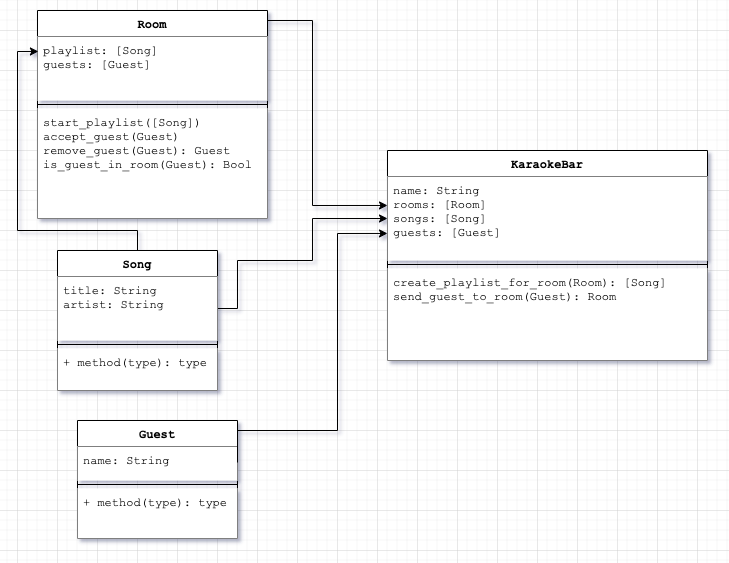
Before: UML_diagram.png, a diagram exported from draw.io (JnnyRdng/Karaoke_bar_hw_wk2). Source tidied: cells renumbered, new cells last; positions are measured from the earlier drawing's top-left corner, leaving out a move shared by most shapes. Its diagram source:
```xml
<mxGraphModel>
  <root>
    <mxCell id="0" />
    <mxCell id="1" parent="0" />
    <mxCell id="2" value="Guest" style="swimlane;fontStyle=1;align=center;verticalAlign=top;horizontal=1;startSize=26;fontFamily=Courier New;" parent="1" vertex="1">
      <mxGeometry x="60" y="410" width="160" height="118" as="geometry" />
    </mxCell>
    <mxCell id="3" value="name: String" style="text;strokeColor=none;align=left;verticalAlign=top;spacingLeft=4;spacingRight=4;overflow=hidden;fontFamily=Courier New;fillColor=#ffffff;" parent="2" vertex="1">
      <mxGeometry y="26" width="160" height="34" as="geometry" />
    </mxCell>
    <mxCell id="4" style="line;strokeWidth=1;fillColor=none;align=left;verticalAlign=middle;spacingTop=-1;spacingLeft=3;spacingRight=3;labelPosition=right;" parent="2" vertex="1">
      <mxGeometry y="60" width="160" height="8" as="geometry" />
    </mxCell>
    <mxCell id="5" value="+ method(type): type" style="text;strokeColor=none;align=left;verticalAlign=top;spacingLeft=4;spacingRight=4;overflow=hidden;fontFamily=Courier New;fillColor=#ffffff;" parent="2" vertex="1">
      <mxGeometry y="68" width="160" height="50" as="geometry" />
    </mxCell>
    <mxCell id="6" value="KaraokeBar" style="swimlane;fontStyle=1;align=center;verticalAlign=top;horizontal=1;startSize=26;fontFamily=Courier New;" parent="1" vertex="1">
      <mxGeometry x="370" y="140" width="320" height="210" as="geometry" />
    </mxCell>
    <mxCell id="7" value="name: String&#10;rooms: [Room]&#10;songs: [Song]&#10;guests: [Guest]" style="text;strokeColor=none;align=left;verticalAlign=top;spacingLeft=4;spacingRight=4;overflow=hidden;points=[[0,0.5],[1,0.5]];portConstraint=eastwest;fontFamily=Courier New;fillColor=#ffffff;" parent="6" vertex="1">
      <mxGeometry y="26" width="320" height="84" as="geometry" />
    </mxCell>
    <mxCell id="8" style="line;strokeWidth=1;fillColor=none;align=left;verticalAlign=middle;spacingTop=-1;spacingLeft=3;spacingRight=3;labelPosition=right;" parent="6" vertex="1">
      <mxGeometry y="110" width="320" height="8" as="geometry" />
    </mxCell>
    <mxCell id="9" value="create_playlist_for_room(Room): [Song]&#10;send_guest_to_room(Guest): Room" style="text;strokeColor=none;align=left;verticalAlign=top;spacingLeft=4;spacingRight=4;overflow=hidden;fontFamily=Courier New;fillColor=#ffffff;" parent="6" vertex="1">
      <mxGeometry y="118" width="320" height="92" as="geometry" />
    </mxCell>
    <mxCell id="10" style="edgeStyle=orthogonalEdgeStyle;rounded=0;jettySize=auto;html=1;entryX=0;entryY=0.345;entryDx=0;entryDy=0;entryPerimeter=0;" parent="1" edge="1" target="7">
      <mxGeometry relative="1" as="geometry">
        <mxPoint x="250" y="10" as="sourcePoint" />
        <Array as="points">
          <mxPoint x="250" y="10" />
          <mxPoint x="295" y="10" />
          <mxPoint x="295" y="195" />
        </Array>
      </mxGeometry>
    </mxCell>
    <mxCell id="11" style="edgeStyle=orthogonalEdgeStyle;rounded=0;jettySize=auto;html=1;" parent="1" edge="1" source="19" target="7">
      <mxGeometry relative="1" as="geometry">
        <Array as="points">
          <mxPoint x="220" y="250" />
          <mxPoint x="295" y="250" />
          <mxPoint x="295" y="208" />
        </Array>
      </mxGeometry>
    </mxCell>
    <mxCell id="12" style="edgeStyle=orthogonalEdgeStyle;rounded=0;orthogonalLoop=1;jettySize=auto;html=1;entryX=0;entryY=0.69;entryDx=0;entryDy=0;entryPerimeter=0;" parent="1" edge="1">
      <mxGeometry relative="1" as="geometry">
        <mxPoint x="220" y="452" as="sourcePoint" />
        <mxPoint x="370" y="223" as="targetPoint" />
        <Array as="points">
          <mxPoint x="220" y="420" />
          <mxPoint x="320" y="420" />
          <mxPoint x="320" y="223" />
        </Array>
      </mxGeometry>
    </mxCell>
    <mxCell id="13" value="Room" style="swimlane;fontStyle=1;align=center;verticalAlign=top;horizontal=1;startSize=26;fontFamily=Courier New;" parent="1" vertex="1">
      <mxGeometry x="20" width="230" height="208" as="geometry" />
    </mxCell>
    <mxCell id="14" value="playlist: [Song]&#10;guests: [Guest]" style="text;strokeColor=none;align=left;verticalAlign=top;spacingLeft=4;spacingRight=4;overflow=hidden;points=[[0,0.5],[1,0.5]];portConstraint=eastwest;fontFamily=Courier New;fillColor=#ffffff;" parent="13" vertex="1">
      <mxGeometry y="26" width="230" height="64" as="geometry" />
    </mxCell>
    <mxCell id="15" style="line;strokeWidth=1;fillColor=none;align=left;verticalAlign=middle;spacingTop=-1;spacingLeft=3;spacingRight=3;labelPosition=right;" parent="13" vertex="1">
      <mxGeometry y="90" width="230" height="8" as="geometry" />
    </mxCell>
    <mxCell id="16" value="start_playlist([Song])&#10;accept_guest(Guest)&#10;remove_guest(Guest): Guest&#10;is_guest_in_room(Guest): Bool" style="text;strokeColor=none;align=left;verticalAlign=top;spacingLeft=4;spacingRight=4;overflow=hidden;fontFamily=Courier New;fillColor=#ffffff;" parent="13" vertex="1">
      <mxGeometry y="98" width="230" height="110" as="geometry" />
    </mxCell>
    <mxCell id="17" style="edgeStyle=orthogonalEdgeStyle;rounded=0;jettySize=auto;html=1;entryX=0.004;entryY=0.234;entryDx=0;entryDy=0;entryPerimeter=0;" parent="1" edge="1" source="18" target="14">
      <mxGeometry relative="1" as="geometry">
        <Array as="points">
          <mxPoint x="120" y="220" />
          <mxPoint y="220" />
          <mxPoint y="41" />
        </Array>
      </mxGeometry>
    </mxCell>
    <mxCell id="18" value="Song" style="swimlane;fontStyle=1;align=center;verticalAlign=top;horizontal=1;startSize=26;fontFamily=Courier New;" parent="1" vertex="1">
      <mxGeometry x="40" y="240" width="160" height="140" as="geometry" />
    </mxCell>
    <mxCell id="19" value="title: String&#10;artist: String" style="text;strokeColor=none;align=left;verticalAlign=top;spacingLeft=4;spacingRight=4;overflow=hidden;points=[[0,0.5],[1,0.5]];portConstraint=eastwest;fontFamily=Courier New;fillColor=#ffffff;" parent="18" vertex="1">
      <mxGeometry y="26" width="160" height="64" as="geometry" />
    </mxCell>
    <mxCell id="20" style="line;strokeWidth=1;fillColor=none;align=left;verticalAlign=middle;spacingTop=-1;spacingLeft=3;spacingRight=3;labelPosition=right;" parent="18" vertex="1">
      <mxGeometry y="90" width="160" height="8" as="geometry" />
    </mxCell>
    <mxCell id="21" value="+ method(type): type" style="text;strokeColor=none;align=left;verticalAlign=top;spacingLeft=4;spacingRight=4;overflow=hidden;fontFamily=Courier New;fillColor=#ffffff;" parent="18" vertex="1">
      <mxGeometry y="98" width="160" height="42" as="geometry" />
    </mxCell>
  </root>
</mxGraphModel>
```
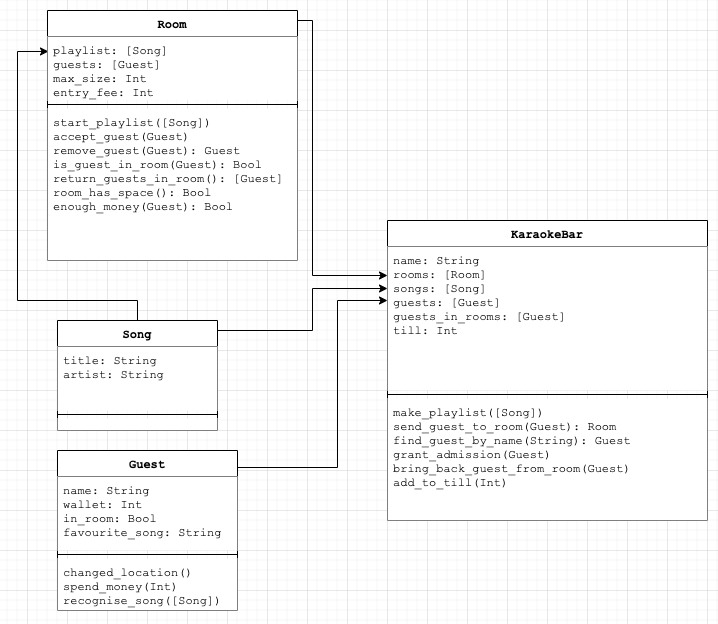
Later version of the same file.

Commit message:
uml updated with extra properties and methods added

What changed in the source:
```diff
@@ -2,83 +2,59 @@
   <root>
     <mxCell id="0" />
     <mxCell id="1" parent="0" />
-    <mxCell id="2" value="Guest" style="swimlane;fontStyle=1;align=center;verticalAlign=top;horizontal=1;startSize=26;fontFamily=Courier New;" parent="1" vertex="1">
-      <mxGeometry x="60" y="410" width="160" height="118" as="geometry" />
-    </mxCell>
-    <mxCell id="3" value="name: String" style="text;strokeColor=none;align=left;verticalAlign=top;spacingLeft=4;spacingRight=4;overflow=hidden;fontFamily=Courier New;fillColor=#ffffff;" parent="2" vertex="1">
-      <mxGeometry y="26" width="160" height="34" as="geometry" />
-    </mxCell>
-    <mxCell id="4" style="line;strokeWidth=1;fillColor=none;align=left;verticalAlign=middle;spacingTop=-1;spacingLeft=3;spacingRight=3;labelPosition=right;" parent="2" vertex="1">
-      <mxGeometry y="60" width="160" height="8" as="geometry" />
-    </mxCell>
-    <mxCell id="5" value="+ method(type): type" style="text;strokeColor=none;align=left;verticalAlign=top;spacingLeft=4;spacingRight=4;overflow=hidden;fontFamily=Courier New;fillColor=#ffffff;" parent="2" vertex="1">
-      <mxGeometry y="68" width="160" height="50" as="geometry" />
-    </mxCell>
     <mxCell id="6" value="KaraokeBar" style="swimlane;fontStyle=1;align=center;verticalAlign=top;horizontal=1;startSize=26;fontFamily=Courier New;" parent="1" vertex="1">
-      <mxGeometry x="370" y="140" width="320" height="210" as="geometry" />
+      <mxGeometry x="400" y="490" width="320" height="300" as="geometry" />
     </mxCell>
-    <mxCell id="7" value="name: String&#10;rooms: [Room]&#10;songs: [Song]&#10;guests: [Guest]" style="text;strokeColor=none;align=left;verticalAlign=top;spacingLeft=4;spacingRight=4;overflow=hidden;points=[[0,0.5],[1,0.5]];portConstraint=eastwest;fontFamily=Courier New;fillColor=#ffffff;" parent="6" vertex="1">
-      <mxGeometry y="26" width="320" height="84" as="geometry" />
-    </mxCell>
-    <mxCell id="8" style="line;strokeWidth=1;fillColor=none;align=left;verticalAlign=middle;spacingTop=-1;spacingLeft=3;spacingRight=3;labelPosition=right;" parent="6" vertex="1">
-      <mxGeometry y="110" width="320" height="8" as="geometry" />
-    </mxCell>
-    <mxCell id="9" value="create_playlist_for_room(Room): [Song]&#10;send_guest_to_room(Guest): Room" style="text;strokeColor=none;align=left;verticalAlign=top;spacingLeft=4;spacingRight=4;overflow=hidden;fontFamily=Courier New;fillColor=#ffffff;" parent="6" vertex="1">
-      <mxGeometry y="118" width="320" height="92" as="geometry" />
-    </mxCell>
-    <mxCell id="10" style="edgeStyle=orthogonalEdgeStyle;rounded=0;jettySize=auto;html=1;entryX=0;entryY=0.345;entryDx=0;entryDy=0;entryPerimeter=0;" parent="1" edge="1" target="7">
-      <mxGeometry relative="1" as="geometry">
-        <mxPoint x="250" y="10" as="sourcePoint" />
-        <Array as="points">
-          <mxPoint x="250" y="10" />
-          <mxPoint x="295" y="10" />
-          <mxPoint x="295" y="195" />
-        </Array>
-      </mxGeometry>
-    </mxCell>
-    <mxCell id="11" style="edgeStyle=orthogonalEdgeStyle;rounded=0;jettySize=auto;html=1;" parent="1" edge="1" source="19" target="7">
-      <mxGeometry relative="1" as="geometry">
-        <Array as="points">
-          <mxPoint x="220" y="250" />
-          <mxPoint x="295" y="250" />
-          <mxPoint x="295" y="208" />
-        </Array>
-      </mxGeometry>
-    </mxCell>
-    <mxCell id="12" style="edgeStyle=orthogonalEdgeStyle;rounded=0;orthogonalLoop=1;jettySize=auto;html=1;entryX=0;entryY=0.69;entryDx=0;entryDy=0;entryPerimeter=0;" parent="1" edge="1">
-      <mxGeometry relative="1" as="geometry">
-        <mxPoint x="220" y="452" as="sourcePoint" />
-        <mxPoint x="370" y="223" as="targetPoint" />
-        <Array as="points">
-          <mxPoint x="220" y="420" />
-          <mxPoint x="320" y="420" />
-          <mxPoint x="320" y="223" />
-        </Array>
-      </mxGeometry>
-    </mxCell>
-    <mxCell id="13" value="Room" style="swimlane;fontStyle=1;align=center;verticalAlign=top;horizontal=1;startSize=26;fontFamily=Courier New;" parent="1" vertex="1">
-      <mxGeometry x="20" width="230" height="208" as="geometry" />
-    </mxCell>
-    <mxCell id="14" value="playlist: [Song]&#10;guests: [Guest]" style="text;strokeColor=none;align=left;verticalAlign=top;spacingLeft=4;spacingRight=4;overflow=hidden;points=[[0,0.5],[1,0.5]];portConstraint=eastwest;fontFamily=Courier New;fillColor=#ffffff;" parent="13" vertex="1">
-      <mxGeometry y="26" width="230" height="64" as="geometry" />
-    </mxCell>
-    <mxCell id="15" style="line;strokeWidth=1;fillColor=none;align=left;verticalAlign=middle;spacingTop=-1;spacingLeft=3;spacingRight=3;labelPosition=right;" parent="13" vertex="1">
-      <mxGeometry y="90" width="230" height="8" as="geometry" />
-    </mxCell>
-    <mxCell id="16" value="start_playlist([Song])&#10;accept_guest(Guest)&#10;remove_guest(Guest): Guest&#10;is_guest_in_room(Guest): Bool" style="text;strokeColor=none;align=left;verticalAlign=top;spacingLeft=4;spacingRight=4;overflow=hidden;fontFamily=Courier New;fillColor=#ffffff;" parent="13" vertex="1">
-      <mxGeometry y="98" width="230" height="110" as="geometry" />
-    </mxCell>
-    <mxCell id="17" style="edgeStyle=orthogonalEdgeStyle;rounded=0;jettySize=auto;html=1;entryX=0.004;entryY=0.234;entryDx=0;entryDy=0;entryPerimeter=0;" parent="1" edge="1" source="18" target="14">
-      <mxGeometry relative="1" as="geometry">
-        <Array as="points">
-          <mxPoint x="120" y="220" />
-          <mxPoint y="220" />
-          <mxPoint y="41" />
-        </Array>
-      </mxGeometry>
-    </mxCell>
+    <mxCell id="22" value="name: String&#10;rooms: [Room]&#10;songs: [Song]&#10;guests: [Guest]&#10;guests_in_rooms: [Guest]&#10;till: Int" style="text;strokeColor=none;align=left;verticalAlign=top;spacingLeft=4;spacingRight=4;overflow=hidden;points=[[0,0.5],[1,0.5]];portConstraint=eastwest;fontFamily=Courier New;fillColor=#ffffff;" parent="6" vertex="1">
+      <mxGeometry y="26" width="320" height="144" as="geometry" />
+    </mxCell>
+    <mxCell id="23" style="line;strokeWidth=1;fillColor=none;align=left;verticalAlign=middle;spacingTop=-1;spacingLeft=3;spacingRight=3;labelPosition=right;" parent="6" vertex="1">
+      <mxGeometry y="170" width="320" height="8" as="geometry" />
+    </mxCell>
+    <mxCell id="24" value="make_playlist([Song])&#10;send_guest_to_room(Guest): Room&#10;find_guest_by_name(String): Guest&#10;grant_admission(Guest)&#10;bring_back_guest_from_room(Guest)&#10;add_to_till(Int)" style="text;strokeColor=none;align=left;verticalAlign=top;spacingLeft=4;spacingRight=4;overflow=hidden;fontFamily=Courier New;fillColor=#ffffff;" parent="6" vertex="1">
+      <mxGeometry y="178" width="320" height="122" as="geometry" />
+    </mxCell>
+    <mxCell id="25" style="edgeStyle=orthogonalEdgeStyle;rounded=0;jettySize=auto;html=1;" parent="1" edge="1" source="13">
+      <mxGeometry relative="1" as="geometry">
+        <mxPoint x="400" y="545" as="targetPoint" />
+        <Array as="points">
+          <mxPoint x="325" y="290" />
+          <mxPoint x="325" y="545" />
+        </Array>
+      </mxGeometry>
+    </mxCell>
+    <mxCell id="26" style="edgeStyle=orthogonalEdgeStyle;rounded=0;jettySize=auto;html=1;" parent="1" edge="1" source="19" target="22">
+      <mxGeometry relative="1" as="geometry">
+        <Array as="points">
+          <mxPoint x="150" y="600" />
+          <mxPoint x="325" y="600" />
+          <mxPoint x="325" y="558" />
+        </Array>
+      </mxGeometry>
+    </mxCell>
+    <mxCell id="27" style="edgeStyle=orthogonalEdgeStyle;rounded=0;orthogonalLoop=1;jettySize=auto;html=1;" parent="1" edge="1">
+      <mxGeometry relative="1" as="geometry">
+        <mxPoint x="250" y="769" as="sourcePoint" />
+        <mxPoint x="400" y="570" as="targetPoint" />
+        <Array as="points">
+          <mxPoint x="250" y="737" />
+          <mxPoint x="350" y="737" />
+          <mxPoint x="350" y="570" />
+          <mxPoint x="400" y="570" />
+        </Array>
+      </mxGeometry>
+    </mxCell>
+    <mxCell id="28" style="edgeStyle=orthogonalEdgeStyle;rounded=0;jettySize=auto;html=1;entryX=0.004;entryY=0.234;entryDx=0;entryDy=0;entryPerimeter=0;" parent="1" edge="1" source="18" target="30">
+      <mxGeometry relative="1" as="geometry">
+        <Array as="points">
+          <mxPoint x="150" y="570" />
+          <mxPoint x="30" y="570" />
+          <mxPoint x="30" y="321" />
+        </Array>
+      </mxGeometry>
+    </mxCell>
     <mxCell id="18" value="Song" style="swimlane;fontStyle=1;align=center;verticalAlign=top;horizontal=1;startSize=26;fontFamily=Courier New;" parent="1" vertex="1">
-      <mxGeometry x="40" y="240" width="160" height="140" as="geometry" />
+      <mxGeometry x="70" y="590" width="160" height="110" as="geometry" />
     </mxCell>
     <mxCell id="19" value="title: String&#10;artist: String" style="text;strokeColor=none;align=left;verticalAlign=top;spacingLeft=4;spacingRight=4;overflow=hidden;points=[[0,0.5],[1,0.5]];portConstraint=eastwest;fontFamily=Courier New;fillColor=#ffffff;" parent="18" vertex="1">
       <mxGeometry y="26" width="160" height="64" as="geometry" />
@@ -86,8 +62,32 @@
     <mxCell id="20" style="line;strokeWidth=1;fillColor=none;align=left;verticalAlign=middle;spacingTop=-1;spacingLeft=3;spacingRight=3;labelPosition=right;" parent="18" vertex="1">
       <mxGeometry y="90" width="160" height="8" as="geometry" />
     </mxCell>
-    <mxCell id="21" value="+ method(type): type" style="text;strokeColor=none;align=left;verticalAlign=top;spacingLeft=4;spacingRight=4;overflow=hidden;fontFamily=Courier New;fillColor=#ffffff;" parent="18" vertex="1">
-      <mxGeometry y="98" width="160" height="42" as="geometry" />
-    </mxCell>
+    <mxCell id="29" style="text;strokeColor=none;align=left;verticalAlign=top;spacingLeft=4;spacingRight=4;overflow=hidden;fontFamily=Courier New;fillColor=#ffffff;" parent="18" vertex="1">
+      <mxGeometry y="98" width="160" height="12" as="geometry" />
+    </mxCell>
+    <mxCell id="13" value="Room" style="swimlane;fontStyle=1;align=center;verticalAlign=top;horizontal=1;startSize=26;fontFamily=Courier New;" parent="1" vertex="1">
+      <mxGeometry x="60" y="280" width="250" height="250" as="geometry" />
+    </mxCell>
+    <mxCell id="30" value="playlist: [Song]&#10;guests: [Guest]&#10;max_size: Int&#10;entry_fee: Int" style="text;strokeColor=none;align=left;verticalAlign=top;spacingLeft=4;spacingRight=4;overflow=hidden;points=[[0,0.5],[1,0.5]];portConstraint=eastwest;fontFamily=Courier New;fillColor=#ffffff;" parent="13" vertex="1">
+      <mxGeometry y="26" width="250" height="64" as="geometry" />
+    </mxCell>
+    <mxCell id="31" style="line;strokeWidth=1;fillColor=none;align=left;verticalAlign=middle;spacingTop=-1;spacingLeft=3;spacingRight=3;labelPosition=right;" parent="13" vertex="1">
+      <mxGeometry y="90" width="250" height="8" as="geometry" />
+    </mxCell>
+    <mxCell id="32" value="start_playlist([Song])&#10;accept_guest(Guest)&#10;remove_guest(Guest): Guest&#10;is_guest_in_room(Guest): Bool&#10;return_guests_in_room(): [Guest]&#10;room_has_space(): Bool&#10;enough_money(Guest): Bool" style="text;strokeColor=none;align=left;verticalAlign=top;spacingLeft=4;spacingRight=4;overflow=hidden;fontFamily=Courier New;fillColor=#ffffff;" parent="13" vertex="1">
+      <mxGeometry y="98" width="250" height="152" as="geometry" />
+    </mxCell>
+    <mxCell id="2" value="Guest" style="swimlane;fontStyle=1;align=center;verticalAlign=top;horizontal=1;startSize=26;fontFamily=Courier New;" parent="1" vertex="1">
+      <mxGeometry x="70" y="720" width="180" height="160" as="geometry" />
+    </mxCell>
+    <mxCell id="33" value="name: String&#10;wallet: Int&#10;in_room: Bool&#10;favourite_song: String" style="text;strokeColor=none;align=left;verticalAlign=top;spacingLeft=4;spacingRight=4;overflow=hidden;fontFamily=Courier New;fillColor=#ffffff;" parent="2" vertex="1">
+      <mxGeometry y="26" width="180" height="74" as="geometry" />
+    </mxCell>
+    <mxCell id="34" style="line;strokeWidth=1;fillColor=none;align=left;verticalAlign=middle;spacingTop=-1;spacingLeft=3;spacingRight=3;labelPosition=right;" parent="2" vertex="1">
+      <mxGeometry y="100" width="180" height="8" as="geometry" />
+    </mxCell>
+    <mxCell id="35" value="changed_location()&#10;spend_money(Int)&#10;recognise_song([Song])" style="text;strokeColor=none;align=left;verticalAlign=top;spacingLeft=4;spacingRight=4;overflow=hidden;fontFamily=Courier New;fillColor=#ffffff;" parent="2" vertex="1">
+      <mxGeometry y="108" width="180" height="52" as="geometry" />
+    </mxCell>
   </root>
 </mxGraphModel>
```
